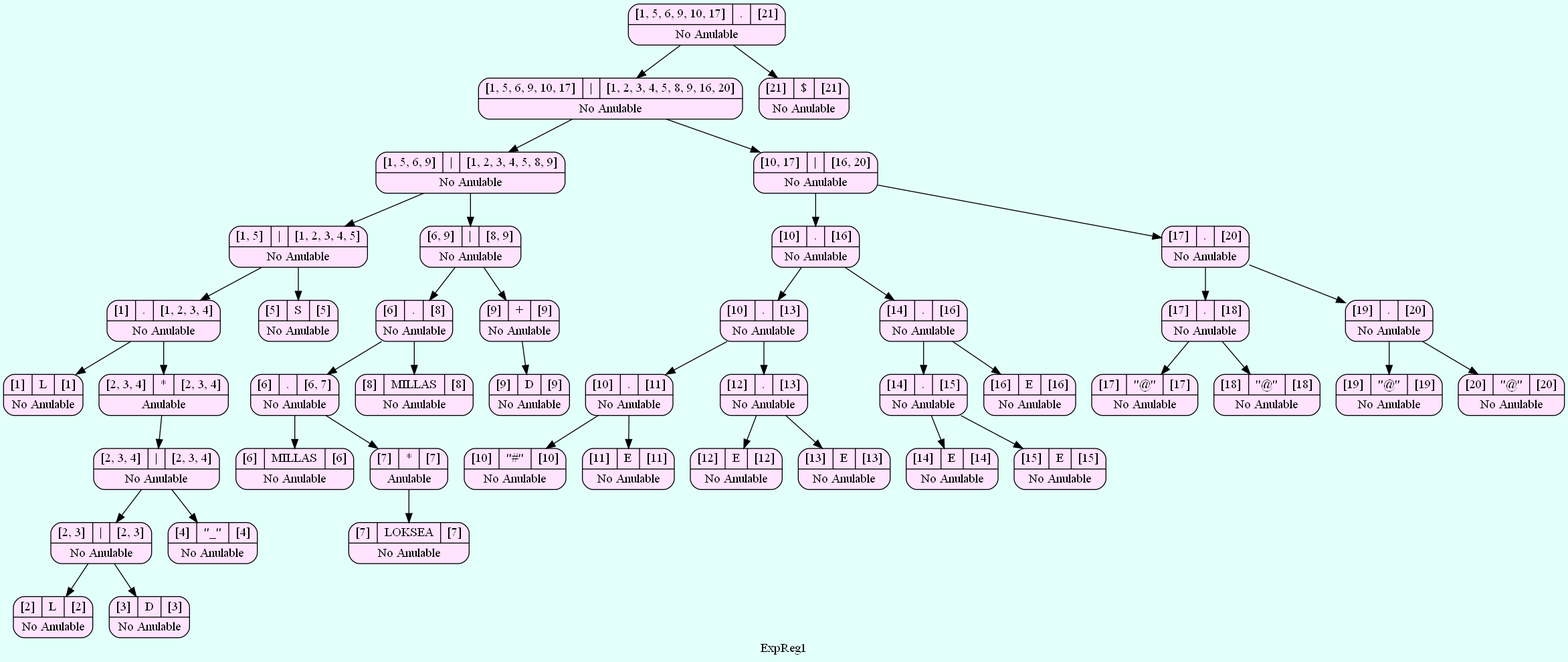
Before: ARBOLES_202000119/Arbol_ExpReg1.png, a diagram exported from Graphviz (SergieArizandieta/OLC1-P1-202000119). Its source is kept beside it as ARBOLES_202000119/Arbol_ExpReg1.dot.
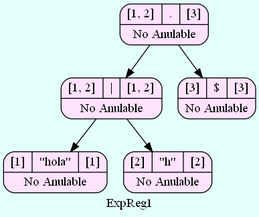
After the commit.

The edit, as a diff of the source:
```diff
@@ -2,92 +2,14 @@
   bgcolor = "#E3FFFA"
    node [shape=Mrecord fillcolor="#FFE3FF" style =filled];
 label ="ExpReg1"
-    struct774361188    [label="{{[1, 5, 6, 9, 10, 17]|<here>.|[21]}|No Anulable}"];
-    struct774361188-> struct1250427783
-    struct1250427783    [label="{{[1, 5, 6, 9, 10, 17]|<here>\||[1, 2, 3, 4, 5, 8, 9, 16, 20]}|No Anulable}"];
-    struct1250427783-> struct232290590
-    struct232290590    [label="{{[1, 5, 6, 9]|<here>\||[1, 2, 3, 4, 5, 8, 9]}|No Anulable}"];
-    struct232290590-> struct746348495
-    struct746348495    [label="{{[1, 5]|<here>\||[1, 2, 3, 4, 5]}|No Anulable}"];
-    struct746348495-> struct1011359444
-    struct1011359444    [label="{{[1]|<here>.|[1, 2, 3, 4]}|No Anulable}"];
-    struct1011359444-> struct911652577
-    struct911652577    [label="{{[1]|<here>L|[1]}|No Anulable}"];
-    struct1011359444-> struct2013804988
-    struct2013804988    [label="{{[2, 3, 4]|<here>*|[2, 3, 4]}|Anulable}"];
-    struct2013804988-> struct918848341
-    struct918848341    [label="{{[2, 3, 4]|<here>\||[2, 3, 4]}|No Anulable}"];
-    struct918848341-> struct1241945575
-    struct1241945575    [label="{{[2, 3]|<here>\||[2, 3]}|No Anulable}"];
-    struct1241945575-> struct1239733240
-    struct1239733240    [label="{{[2]|<here>L|[2]}|No Anulable}"];
-    struct1241945575-> struct1889064609
-    struct1889064609    [label="{{[3]|<here>D|[3]}|No Anulable}"];
-    struct918848341-> struct1658072524
-    struct1658072524    [label="{{[4]|<here>\"_\"|[4]}|No Anulable}"];
-    struct746348495-> struct478361052
-    struct478361052    [label="{{[5]|<here>S|[5]}|No Anulable}"];
-    struct232290590-> struct1930911399
-    struct1930911399    [label="{{[6, 9]|<here>\||[8, 9]}|No Anulable}"];
-    struct1930911399-> struct1166848954
-    struct1166848954    [label="{{[6]|<here>.|[8]}|No Anulable}"];
-    struct1166848954-> struct108350602
-    struct108350602    [label="{{[6]|<here>.|[6, 7]}|No Anulable}"];
-    struct108350602-> struct56472653
-    struct56472653    [label="{{[6]|<here>MILLAS|[6]}|No Anulable}"];
-    struct108350602-> struct1257648359
-    struct1257648359    [label="{{[7]|<here>*|[7]}|Anulable}"];
-    struct1257648359-> struct1791445856
-    struct1791445856    [label="{{[7]|<here>LOKSEA|[7]}|No Anulable}"];
-    struct1166848954-> struct1182419886
-    struct1182419886    [label="{{[8]|<here>MILLAS|[8]}|No Anulable}"];
-    struct1930911399-> struct678129904
-    struct678129904    [label="{{[9]|<here>+|[9]}|No Anulable}"];
-    struct678129904-> struct1407257618
-    struct1407257618    [label="{{[9]|<here>D|[9]}|No Anulable}"];
-    struct1250427783-> struct53330245
-    struct53330245    [label="{{[10, 17]|<here>\||[16, 20]}|No Anulable}"];
-    struct53330245-> struct387894709
-    struct387894709    [label="{{[10]|<here>.|[16]}|No Anulable}"];
-    struct387894709-> struct1686225750
-    struct1686225750    [label="{{[10]|<here>.|[13]}|No Anulable}"];
-    struct1686225750-> struct1071366728
-    struct1071366728    [label="{{[10]|<here>.|[11]}|No Anulable}"];
-    struct1071366728-> struct1376848671
-    struct1376848671    [label="{{[10]|<here>\"#\"|[10]}|No Anulable}"];
-    struct1071366728-> struct855836557
-    struct855836557    [label="{{[11]|<here>E|[11]}|No Anulable}"];
-    struct1686225750-> struct1500707272
-    struct1500707272    [label="{{[12]|<here>.|[13]}|No Anulable}"];
-    struct1500707272-> struct945469740
-    struct945469740    [label="{{[12]|<here>E|[12]}|No Anulable}"];
-    struct1500707272-> struct1648956619
-    struct1648956619    [label="{{[13]|<here>E|[13]}|No Anulable}"];
-    struct387894709-> struct1239242848
-    struct1239242848    [label="{{[14]|<here>.|[16]}|No Anulable}"];
-    struct1239242848-> struct128930858
-    struct128930858    [label="{{[14]|<here>.|[15]}|No Anulable}"];
-    struct128930858-> struct1783696938
-    struct1783696938    [label="{{[14]|<here>E|[14]}|No Anulable}"];
-    struct128930858-> struct1075097831
-    struct1075097831    [label="{{[15]|<here>E|[15]}|No Anulable}"];
-    struct1239242848-> struct1672085213
-    struct1672085213    [label="{{[16]|<here>E|[16]}|No Anulable}"];
-    struct53330245-> struct509274246
-    struct509274246    [label="{{[17]|<here>.|[20]}|No Anulable}"];
-    struct509274246-> struct2081985849
-    struct2081985849    [label="{{[17]|<here>.|[18]}|No Anulable}"];
-    struct2081985849-> struct426672597
-    struct426672597    [label="{{[17]|<here>\"@\"|[17]}|No Anulable}"];
-    struct2081985849-> struct899537715
-    struct899537715    [label="{{[18]|<here>\"@\"|[18]}|No Anulable}"];
-    struct509274246-> struct2085231582
-    struct2085231582    [label="{{[19]|<here>.|[20]}|No Anulable}"];
-    struct2085231582-> struct1145301043
-    struct1145301043    [label="{{[19]|<here>\"@\"|[19]}|No Anulable}"];
-    struct2085231582-> struct701409607
-    struct701409607    [label="{{[20]|<here>\"@\"|[20]}|No Anulable}"];
-    struct774361188-> struct1917958926
-    struct1917958926    [label="{{[21]|<here>$|[21]}|No Anulable}"];
+    struct454908830    [label="{{[1, 2]|<here>.|[3]}|No Anulable}"];
+    struct454908830-> struct507595122
+    struct507595122    [label="{{[1, 2]|<here>\||[1, 2]}|No Anulable}"];
+    struct507595122-> struct635737475
+    struct635737475    [label="{{[1]|<here>\"hola\"|[1]}|No Anulable}"];
+    struct507595122-> struct1496278610
+    struct1496278610    [label="{{[2]|<here>\"h\"|[2]}|No Anulable}"];
+    struct454908830-> struct673122114
+    struct673122114    [label="{{[3]|<here>$|[3]}|No Anulable}"];
 
 }
```
